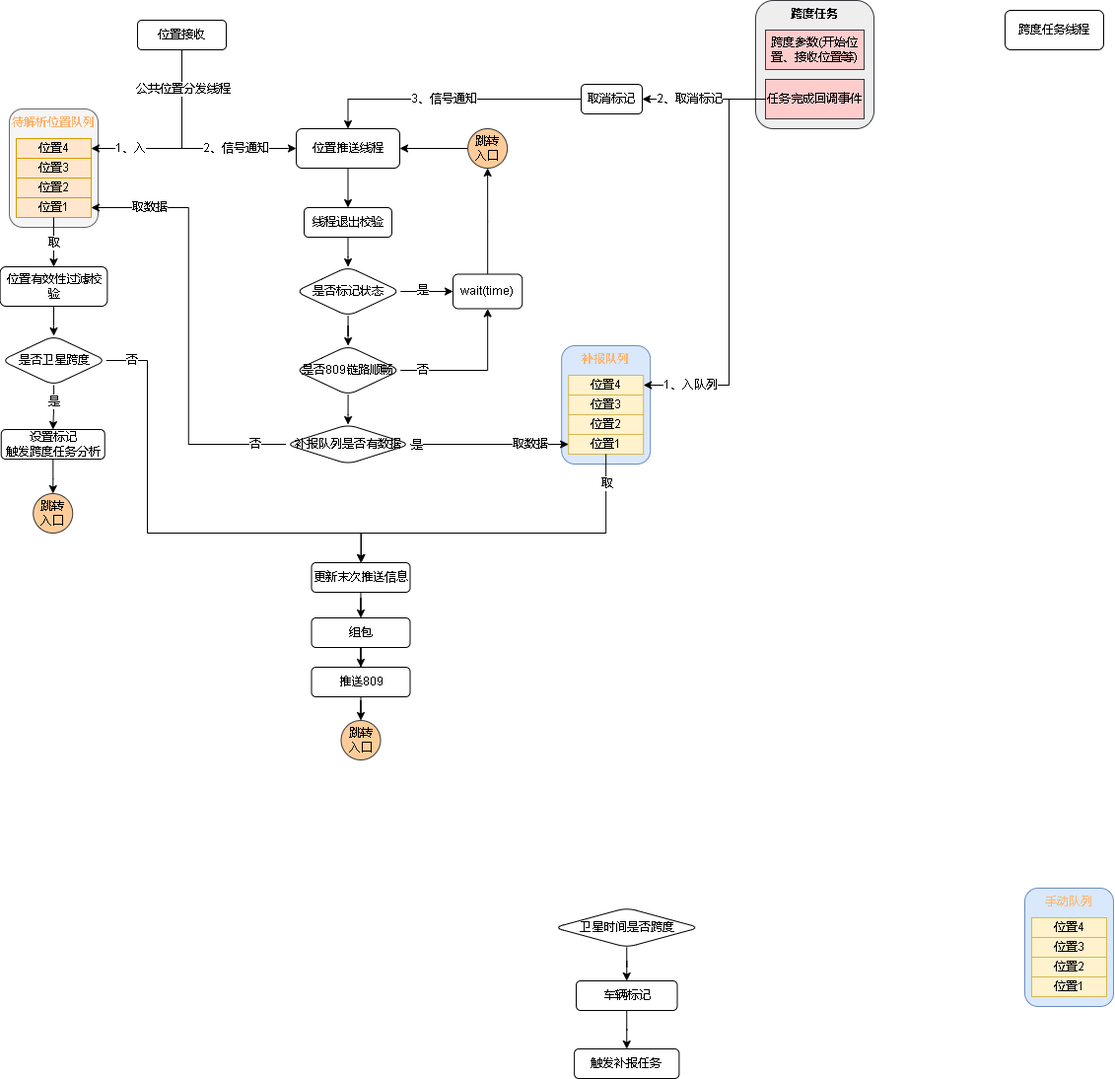
This is 809数据跨度.drawio.png from xktder/draw, a draw.io export, as it was before one commit. Source tidied: cells renumbered, new cells last; positions are measured from the earlier drawing's top-left corner, leaving out a move shared by most shapes.
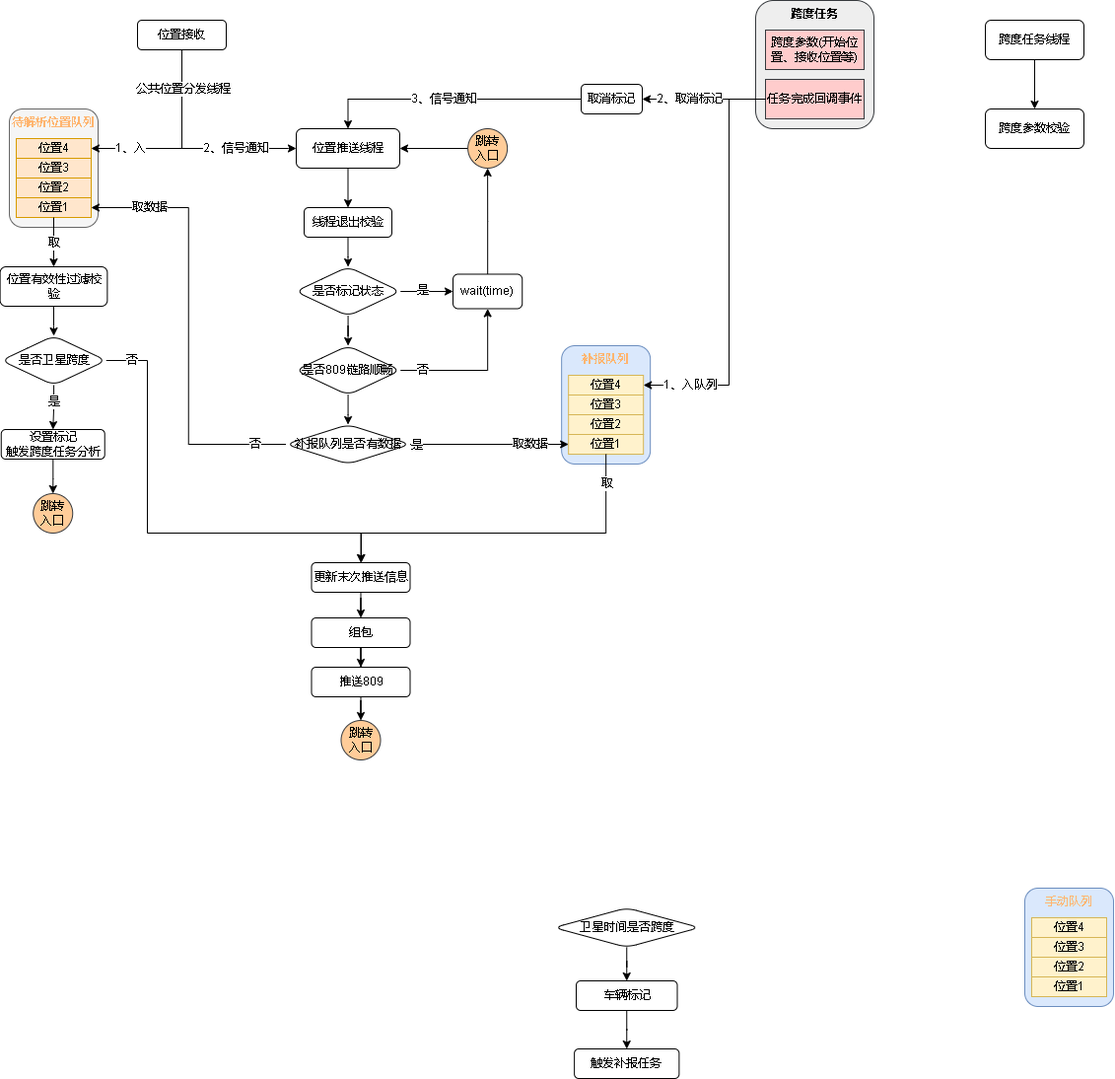
Later version of the same file.

Commit message:
更新809数据跨度.drawio.png

The edit, as a diff of the source:
```diff
@@ -303,8 +303,14 @@
         <mxPoint x="7" y="2" as="offset" />
       </mxGeometry>
     </mxCell>
+    <mxCell id="87" style="edgeStyle=orthogonalEdgeStyle;rounded=0;jettySize=auto;html=1;fontColor=#000000;" parent="1" edge="1" source="86" target="88">
+      <mxGeometry relative="1" as="geometry" />
+    </mxCell>
     <mxCell id="86" value="跨度任务线程" style="rounded=1;whiteSpace=wrap;html=1;fontColor=#000000;" parent="1" vertex="1">
-      <mxGeometry x="1019" y="10" width="100" height="40" as="geometry" />
+      <mxGeometry x="999" y="20" width="100" height="40" as="geometry" />
     </mxCell>
+    <mxCell id="88" value="跨度参数校验" style="rounded=1;whiteSpace=wrap;html=1;fontColor=#000000;" parent="1" vertex="1">
+      <mxGeometry x="999" y="110" width="100" height="40" as="geometry" />
+    </mxCell>
   </root>
 </mxGraphModel>
```
